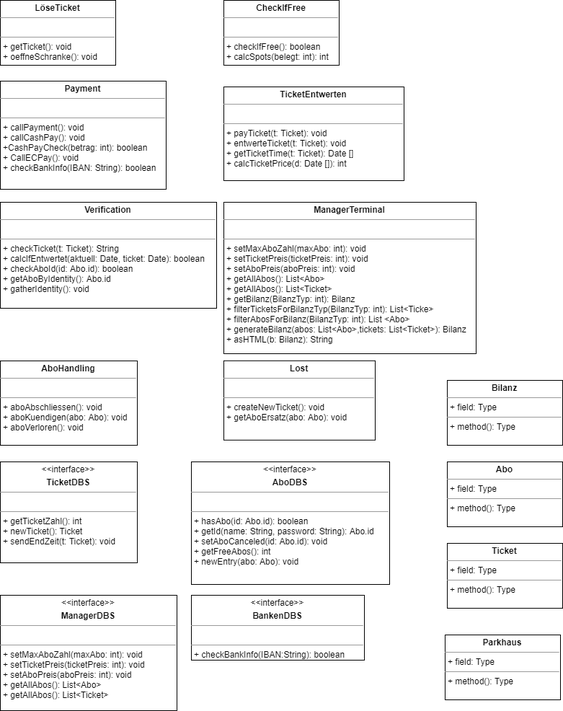
Before: modelling/Class_Diagramm/PNG-KlassenDiagramm.png, a diagram exported from draw.io (Filsball/LaHMa_Carpark). Source tidied: cells renumbered, new cells last; positions are measured from the earlier drawing's top-left corner, leaving out a move shared by most shapes.
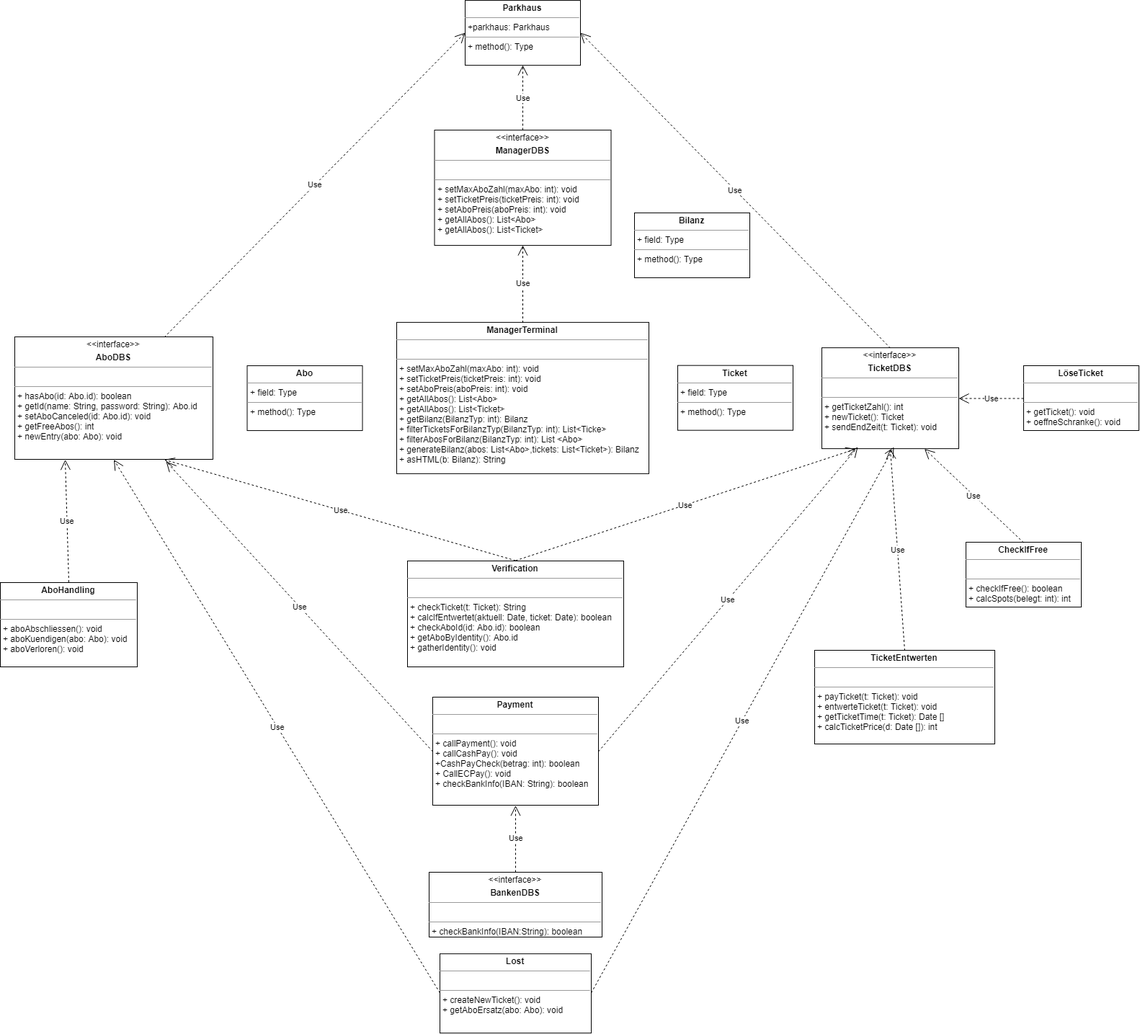
After the change.

What changed in the source:
```diff
@@ -3,52 +3,103 @@
     <mxCell id="0" />
     <mxCell id="1" parent="0" />
     <mxCell id="2" value="&lt;p style=&quot;margin: 0px ; margin-top: 4px ; text-align: center&quot;&gt;&lt;b&gt;LöseTicket&lt;/b&gt;&lt;/p&gt;&lt;hr size=&quot;1&quot;&gt;&lt;p style=&quot;margin: 0px ; margin-left: 4px&quot;&gt;&lt;br&gt;&lt;/p&gt;&lt;hr size=&quot;1&quot;&gt;&lt;p style=&quot;margin: 0px ; margin-left: 4px&quot;&gt;+ getTicket(): void&lt;/p&gt;&lt;p style=&quot;margin: 0px ; margin-left: 4px&quot;&gt;+ oeffneSchranke(): void&lt;/p&gt;" style="verticalAlign=top;align=left;overflow=fill;fontSize=12;fontFamily=Helvetica;html=1;" parent="1" vertex="1">
-      <mxGeometry width="160" height="90" as="geometry" />
+      <mxGeometry x="590" y="37" width="160" height="90" as="geometry" />
     </mxCell>
     <mxCell id="3" value="&lt;p style=&quot;margin: 0px ; margin-top: 4px ; text-align: center&quot;&gt;&lt;b&gt;CheckIfFree&lt;/b&gt;&lt;/p&gt;&lt;hr size=&quot;1&quot;&gt;&lt;p style=&quot;margin: 0px ; margin-left: 4px&quot;&gt;&lt;br&gt;&lt;/p&gt;&lt;hr size=&quot;1&quot;&gt;&lt;p style=&quot;margin: 0px ; margin-left: 4px&quot;&gt;+ checkIfFree(): boolean&amp;nbsp;&lt;/p&gt;&lt;p style=&quot;margin: 0px ; margin-left: 4px&quot;&gt;+ calcSpots(belegt: int): int&amp;nbsp;&lt;/p&gt;&lt;p style=&quot;margin: 0px ; margin-left: 4px&quot;&gt;&lt;br&gt;&lt;/p&gt;" style="verticalAlign=top;align=left;overflow=fill;fontSize=12;fontFamily=Helvetica;html=1;" parent="1" vertex="1">
-      <mxGeometry x="310" width="160" height="90" as="geometry" />
+      <mxGeometry x="510" y="282" width="160" height="90" as="geometry" />
     </mxCell>
     <mxCell id="4" value="&lt;p style=&quot;margin: 0px ; margin-top: 4px ; text-align: center&quot;&gt;&lt;b&gt;Payment&lt;/b&gt;&lt;/p&gt;&lt;hr size=&quot;1&quot;&gt;&lt;p style=&quot;margin: 0px ; margin-left: 4px&quot;&gt;&lt;br&gt;&lt;/p&gt;&lt;hr size=&quot;1&quot;&gt;&lt;p style=&quot;margin: 0px ; margin-left: 4px&quot;&gt;+ callPayment(): void&lt;/p&gt;&lt;p style=&quot;margin: 0px ; margin-left: 4px&quot;&gt;+ callCashPay(): void&lt;/p&gt;&lt;p style=&quot;margin: 0px ; margin-left: 4px&quot;&gt;+CashPayCheck(betrag: int): boolean&amp;nbsp;&lt;/p&gt;&lt;p style=&quot;margin: 0px ; margin-left: 4px&quot;&gt;+ CallECPay(): void&lt;/p&gt;&lt;p style=&quot;margin: 0px ; margin-left: 4px&quot;&gt;+ checkBankInfo(IBAN: String): boolean&amp;nbsp;&lt;/p&gt;&lt;p style=&quot;margin: 0px ; margin-left: 4px&quot;&gt;&lt;br&gt;&lt;/p&gt;" style="verticalAlign=top;align=left;overflow=fill;fontSize=12;fontFamily=Helvetica;html=1;" parent="1" vertex="1">
-      <mxGeometry y="112" width="230" height="150" as="geometry" />
+      <mxGeometry x="-230" y="497" width="230" height="150" as="geometry" />
     </mxCell>
     <mxCell id="5" value="&lt;p style=&quot;margin: 0px ; margin-top: 4px ; text-align: center&quot;&gt;&lt;b&gt;Verification&lt;/b&gt;&lt;/p&gt;&lt;hr size=&quot;1&quot;&gt;&lt;p style=&quot;margin: 0px ; margin-left: 4px&quot;&gt;&lt;br&gt;&lt;/p&gt;&lt;hr size=&quot;1&quot;&gt;&lt;p style=&quot;margin: 0px ; margin-left: 4px&quot;&gt;+ checkTicket(t: Ticket): String&amp;nbsp;&lt;/p&gt;&lt;p style=&quot;margin: 0px ; margin-left: 4px&quot;&gt;+ calcIfEntwertet(aktuell: Date, ticket: Date): boolean&lt;/p&gt;&lt;p style=&quot;margin: 0px ; margin-left: 4px&quot;&gt;+ checkAboId(id: Abo.id): boolean&lt;/p&gt;&lt;p style=&quot;margin: 0px ; margin-left: 4px&quot;&gt;+ getAboByIdentity(): Abo.id&amp;nbsp;&lt;/p&gt;&lt;p style=&quot;margin: 0px ; margin-left: 4px&quot;&gt;+ gatherIdentity(): void&lt;/p&gt;" style="verticalAlign=top;align=left;overflow=fill;fontSize=12;fontFamily=Helvetica;html=1;" parent="1" vertex="1">
-      <mxGeometry y="280" width="300" height="147" as="geometry" />
+      <mxGeometry x="-265" y="308" width="300" height="147" as="geometry" />
     </mxCell>
     <mxCell id="6" value="&lt;p style=&quot;margin: 0px ; margin-top: 4px ; text-align: center&quot;&gt;&lt;b&gt;AboHandling&lt;/b&gt;&lt;/p&gt;&lt;hr size=&quot;1&quot;&gt;&lt;p style=&quot;margin: 0px ; margin-left: 4px&quot;&gt;&lt;br&gt;&lt;/p&gt;&lt;hr size=&quot;1&quot;&gt;&lt;p style=&quot;margin: 0px ; margin-left: 4px&quot;&gt;+ aboAbschliessen(): void&lt;/p&gt;&lt;p style=&quot;margin: 0px ; margin-left: 4px&quot;&gt;+ aboKuendigen(abo: Abo): void&lt;/p&gt;&lt;p style=&quot;margin: 0px ; margin-left: 4px&quot;&gt;+ aboVerloren(): void&lt;/p&gt;&lt;p style=&quot;margin: 0px ; margin-left: 4px&quot;&gt;&lt;br&gt;&lt;/p&gt;" style="verticalAlign=top;align=left;overflow=fill;fontSize=12;fontFamily=Helvetica;html=1;" parent="1" vertex="1">
-      <mxGeometry y="500" width="190" height="117" as="geometry" />
+      <mxGeometry x="-830" y="338" width="190" height="117" as="geometry" />
     </mxCell>
     <mxCell id="7" value="&lt;p style=&quot;margin: 0px ; margin-top: 4px ; text-align: center&quot;&gt;&lt;b&gt;TicketEntwerten&lt;/b&gt;&lt;/p&gt;&lt;hr size=&quot;1&quot;&gt;&lt;p style=&quot;margin: 0px ; margin-left: 4px&quot;&gt;&lt;br&gt;&lt;/p&gt;&lt;hr size=&quot;1&quot;&gt;&lt;p style=&quot;margin: 0px ; margin-left: 4px&quot;&gt;+ payTicket(t: Ticket): void&lt;/p&gt;&lt;p style=&quot;margin: 0px ; margin-left: 4px&quot;&gt;+ entwerteTicket(t: Ticket): void&lt;/p&gt;&lt;p style=&quot;margin: 0px ; margin-left: 4px&quot;&gt;+ getTicketTime(t: Ticket): Date []&lt;/p&gt;&lt;p style=&quot;margin: 0px ; margin-left: 4px&quot;&gt;+ calcTicketPrice(d: Date []): int&lt;/p&gt;" style="verticalAlign=top;align=left;overflow=fill;fontSize=12;fontFamily=Helvetica;html=1;" parent="1" vertex="1">
-      <mxGeometry x="310" y="120" width="250" height="130" as="geometry" />
+      <mxGeometry x="300" y="432" width="250" height="130" as="geometry" />
     </mxCell>
     <mxCell id="8" value="&lt;p style=&quot;margin: 0px ; margin-top: 4px ; text-align: center&quot;&gt;&lt;b&gt;ManagerTerminal&lt;/b&gt;&lt;/p&gt;&lt;hr size=&quot;1&quot;&gt;&lt;p style=&quot;margin: 0px ; margin-left: 4px&quot;&gt;&lt;br&gt;&lt;/p&gt;&lt;hr size=&quot;1&quot;&gt;&lt;p style=&quot;margin: 0px ; margin-left: 4px&quot;&gt;+ setMaxAboZahl(maxAbo: int): void&lt;/p&gt;&lt;p style=&quot;margin: 0px ; margin-left: 4px&quot;&gt;+ setTicketPreis(ticketPreis: int): void&lt;/p&gt;&lt;p style=&quot;margin: 0px ; margin-left: 4px&quot;&gt;&lt;span&gt;+ setAboPreis(aboPreis: int): void&lt;/span&gt;&lt;/p&gt;&lt;p style=&quot;margin: 0px ; margin-left: 4px&quot;&gt;&lt;span&gt;+ getAllAbos(): List&amp;lt;Abo&amp;gt;&lt;/span&gt;&lt;/p&gt;&lt;p style=&quot;margin: 0px ; margin-left: 4px&quot;&gt;&lt;span&gt;+ getAllAbos(): List&amp;lt;Ticket&amp;gt;&lt;/span&gt;&lt;/p&gt;&lt;p style=&quot;margin: 0px ; margin-left: 4px&quot;&gt;&lt;span&gt;+ getBilanz(BilanzTyp: int): Bilanz&lt;/span&gt;&lt;/p&gt;&lt;p style=&quot;margin: 0px ; margin-left: 4px&quot;&gt;&lt;span&gt;+ filterTicketsForBilanzTyp(BilanzTyp: int): List&amp;lt;Ticke&amp;gt;&lt;/span&gt;&lt;/p&gt;&lt;p style=&quot;margin: 0px ; margin-left: 4px&quot;&gt;&lt;span&gt;+ filterAbosForBilanz(BilanzTyp: int): List &amp;lt;Abo&amp;gt;&lt;/span&gt;&lt;/p&gt;&lt;p style=&quot;margin: 0px ; margin-left: 4px&quot;&gt;&lt;span&gt;+ generateBilanz(abos: List&amp;lt;Abo&amp;gt;,tickets: List&amp;lt;Ticket&amp;gt;): Bilanz&lt;/span&gt;&lt;/p&gt;&lt;p style=&quot;margin: 0px ; margin-left: 4px&quot;&gt;&lt;span&gt;+ asHTML(b: Bilanz): String&lt;/span&gt;&lt;/p&gt;&lt;p&gt;&lt;br&gt;&lt;/p&gt;" style="verticalAlign=top;align=left;overflow=fill;fontSize=12;fontFamily=Helvetica;html=1;" parent="1" vertex="1">
-      <mxGeometry x="310" y="280" width="350" height="210" as="geometry" />
+      <mxGeometry x="-280" y="-23.1" width="350" height="210" as="geometry" />
     </mxCell>
     <mxCell id="9" value="&lt;p style=&quot;margin: 0px ; margin-top: 4px ; text-align: center&quot;&gt;&lt;b&gt;Lost&lt;/b&gt;&lt;/p&gt;&lt;hr size=&quot;1&quot;&gt;&lt;p style=&quot;margin: 0px ; margin-left: 4px&quot;&gt;&lt;br&gt;&lt;/p&gt;&lt;hr size=&quot;1&quot;&gt;&lt;p style=&quot;margin: 0px ; margin-left: 4px&quot;&gt;+ createNewTicket(): void&lt;/p&gt;&lt;p style=&quot;margin: 0px ; margin-left: 4px&quot;&gt;+ getAboErsatz(abo: Abo): void&lt;/p&gt;" style="verticalAlign=top;align=left;overflow=fill;fontSize=12;fontFamily=Helvetica;html=1;" parent="1" vertex="1">
-      <mxGeometry x="310" y="499.8" width="210" height="110" as="geometry" />
+      <mxGeometry x="-220" y="853.2" width="210" height="110" as="geometry" />
     </mxCell>
     <mxCell id="10" value="&lt;p style=&quot;margin: 0px ; margin-top: 4px ; text-align: center&quot;&gt;&amp;lt;&amp;lt;interface&amp;gt;&amp;gt;&lt;/p&gt;&lt;p style=&quot;margin: 0px ; margin-top: 4px ; text-align: center&quot;&gt;&lt;b&gt;TicketDBS&lt;/b&gt;&lt;/p&gt;&lt;hr size=&quot;1&quot;&gt;&lt;p style=&quot;margin: 0px ; margin-left: 4px&quot;&gt;&lt;br&gt;&lt;/p&gt;&lt;hr size=&quot;1&quot;&gt;&lt;p style=&quot;margin: 0px ; margin-left: 4px&quot;&gt;+ getTicketZahl(): int&lt;/p&gt;&lt;p style=&quot;margin: 0px ; margin-left: 4px&quot;&gt;+ newTicket(): Ticket&lt;/p&gt;&lt;p style=&quot;margin: 0px ; margin-left: 4px&quot;&gt;+ sendEndZeit(t: Ticket): void&lt;/p&gt;&lt;p style=&quot;margin: 0px ; margin-left: 4px&quot;&gt;&lt;br&gt;&lt;/p&gt;" style="verticalAlign=top;align=left;overflow=fill;fontSize=12;fontFamily=Helvetica;html=1;" parent="1" vertex="1">
-      <mxGeometry y="640" width="190" height="140" as="geometry" />
+      <mxGeometry x="310" y="12.1" width="190" height="140" as="geometry" />
     </mxCell>
     <mxCell id="11" value="&lt;p style=&quot;margin: 0px ; margin-top: 4px ; text-align: center&quot;&gt;&amp;lt;&amp;lt;interface&amp;gt;&amp;gt;&lt;/p&gt;&lt;p style=&quot;margin: 0px ; margin-top: 4px ; text-align: center&quot;&gt;&lt;b&gt;AboDBS&lt;/b&gt;&lt;/p&gt;&lt;hr size=&quot;1&quot;&gt;&lt;p style=&quot;margin: 0px ; margin-left: 4px&quot;&gt;&lt;br&gt;&lt;/p&gt;&lt;hr size=&quot;1&quot;&gt;&lt;p style=&quot;margin: 0px ; margin-left: 4px&quot;&gt;+ hasAbo(id: Abo.id): boolean&lt;/p&gt;&lt;p style=&quot;margin: 0px ; margin-left: 4px&quot;&gt;+ getId(name: String, password: String): Abo.id&lt;/p&gt;&lt;p style=&quot;margin: 0px ; margin-left: 4px&quot;&gt;+ setAboCanceled(id: Abo.id): void&lt;/p&gt;&lt;p style=&quot;margin: 0px ; margin-left: 4px&quot;&gt;+ getFreeAbos(): int&lt;/p&gt;&lt;p style=&quot;margin: 0px ; margin-left: 4px&quot;&gt;+ newEntry(abo: Abo): void&lt;/p&gt;" style="verticalAlign=top;align=left;overflow=fill;fontSize=12;fontFamily=Helvetica;html=1;" parent="1" vertex="1">
-      <mxGeometry x="265" y="640" width="275" height="170" as="geometry" />
+      <mxGeometry x="-810" y="-3" width="275" height="170" as="geometry" />
     </mxCell>
     <mxCell id="12" value="&lt;p style=&quot;margin: 0px ; margin-top: 4px ; text-align: center&quot;&gt;&amp;lt;&amp;lt;interface&amp;gt;&amp;gt;&lt;/p&gt;&lt;p style=&quot;margin: 0px ; margin-top: 4px ; text-align: center&quot;&gt;&lt;b&gt;ManagerDBS&lt;/b&gt;&lt;/p&gt;&lt;hr size=&quot;1&quot;&gt;&lt;p style=&quot;margin: 0px ; margin-left: 4px&quot;&gt;&lt;br&gt;&lt;/p&gt;&lt;hr size=&quot;1&quot;&gt;&lt;p style=&quot;margin: 0px ; margin-left: 4px&quot;&gt;+ setMaxAboZahl(maxAbo: int): void&lt;/p&gt;&lt;p style=&quot;margin: 0px ; margin-left: 4px&quot;&gt;+ setTicketPreis(ticketPreis: int): void&lt;/p&gt;&lt;p style=&quot;margin: 0px ; margin-left: 4px&quot;&gt;+ setAboPreis(aboPreis: int): void&lt;/p&gt;&lt;p style=&quot;margin: 0px ; margin-left: 4px&quot;&gt;+ getAllAbos(): List&amp;lt;Abo&amp;gt;&lt;/p&gt;&lt;p style=&quot;margin: 0px ; margin-left: 4px&quot;&gt;+ getAllAbos(): List&amp;lt;Ticket&amp;gt;&lt;/p&gt;&lt;p style=&quot;margin: 0px ; margin-left: 4px&quot;&gt;&lt;br&gt;&lt;/p&gt;" style="verticalAlign=top;align=left;overflow=fill;fontSize=12;fontFamily=Helvetica;html=1;" parent="1" vertex="1">
-      <mxGeometry y="825" width="245" height="160" as="geometry" />
+      <mxGeometry x="-227.5" y="-289.9" width="245" height="160" as="geometry" />
     </mxCell>
     <mxCell id="13" value="&lt;p style=&quot;margin: 0px ; margin-top: 4px ; text-align: center&quot;&gt;&amp;lt;&amp;lt;interface&amp;gt;&amp;gt;&lt;/p&gt;&lt;p style=&quot;margin: 0px ; margin-top: 4px ; text-align: center&quot;&gt;&lt;b&gt;BankenDBS&lt;/b&gt;&lt;/p&gt;&lt;hr size=&quot;1&quot;&gt;&lt;p style=&quot;margin: 0px ; margin-left: 4px&quot;&gt;&lt;br&gt;&lt;/p&gt;&lt;hr size=&quot;1&quot;&gt;&lt;p style=&quot;margin: 0px ; margin-left: 4px&quot;&gt;+ checkBankInfo(IBAN:String): boolean&lt;/p&gt;" style="verticalAlign=top;align=left;overflow=fill;fontSize=12;fontFamily=Helvetica;html=1;" parent="1" vertex="1">
-      <mxGeometry x="265" y="825" width="240" height="90" as="geometry" />
+      <mxGeometry x="-235" y="740" width="240" height="90" as="geometry" />
     </mxCell>
     <mxCell id="14" value="&lt;p style=&quot;margin: 0px ; margin-top: 4px ; text-align: center&quot;&gt;&lt;b&gt;Bilanz&lt;/b&gt;&lt;/p&gt;&lt;hr size=&quot;1&quot;&gt;&lt;p style=&quot;margin: 0px ; margin-left: 4px&quot;&gt;+ field: Type&lt;/p&gt;&lt;hr size=&quot;1&quot;&gt;&lt;p style=&quot;margin: 0px ; margin-left: 4px&quot;&gt;+ method(): Type&lt;/p&gt;" style="verticalAlign=top;align=left;overflow=fill;fontSize=12;fontFamily=Helvetica;html=1;" parent="1" vertex="1">
-      <mxGeometry x="620" y="527" width="160" height="90" as="geometry" />
+      <mxGeometry x="50" y="-175.1" width="160" height="90" as="geometry" />
     </mxCell>
     <mxCell id="15" value="&lt;p style=&quot;margin: 0px ; margin-top: 4px ; text-align: center&quot;&gt;&lt;b&gt;Abo&lt;/b&gt;&lt;/p&gt;&lt;hr size=&quot;1&quot;&gt;&lt;p style=&quot;margin: 0px ; margin-left: 4px&quot;&gt;+ field: Type&lt;/p&gt;&lt;hr size=&quot;1&quot;&gt;&lt;p style=&quot;margin: 0px ; margin-left: 4px&quot;&gt;+ method(): Type&lt;/p&gt;" style="verticalAlign=top;align=left;overflow=fill;fontSize=12;fontFamily=Helvetica;html=1;" parent="1" vertex="1">
-      <mxGeometry x="620" y="640" width="160" height="90" as="geometry" />
+      <mxGeometry x="-487.5" y="37.1" width="160" height="90" as="geometry" />
     </mxCell>
     <mxCell id="16" value="&lt;p style=&quot;margin: 0px ; margin-top: 4px ; text-align: center&quot;&gt;&lt;b&gt;Ticket&lt;/b&gt;&lt;/p&gt;&lt;hr size=&quot;1&quot;&gt;&lt;p style=&quot;margin: 0px ; margin-left: 4px&quot;&gt;+ field: Type&lt;/p&gt;&lt;hr size=&quot;1&quot;&gt;&lt;p style=&quot;margin: 0px ; margin-left: 4px&quot;&gt;+ method(): Type&lt;/p&gt;" style="verticalAlign=top;align=left;overflow=fill;fontSize=12;fontFamily=Helvetica;html=1;" parent="1" vertex="1">
-      <mxGeometry x="620" y="753" width="160" height="90" as="geometry" />
+      <mxGeometry x="110" y="36.7" width="160" height="90" as="geometry" />
     </mxCell>
-    <mxCell id="17" value="&lt;p style=&quot;margin: 0px ; margin-top: 4px ; text-align: center&quot;&gt;&lt;b&gt;Parkhaus&lt;/b&gt;&lt;/p&gt;&lt;hr size=&quot;1&quot;&gt;&lt;p style=&quot;margin: 0px ; margin-left: 4px&quot;&gt;+ field: Type&lt;/p&gt;&lt;hr size=&quot;1&quot;&gt;&lt;p style=&quot;margin: 0px ; margin-left: 4px&quot;&gt;+ method(): Type&lt;/p&gt;" style="verticalAlign=top;align=left;overflow=fill;fontSize=12;fontFamily=Helvetica;html=1;" parent="1" vertex="1">
-      <mxGeometry x="617" y="880" width="160" height="90" as="geometry" />
+    <mxCell id="17" value="&lt;p style=&quot;margin: 0px ; margin-top: 4px ; text-align: center&quot;&gt;&lt;b&gt;Parkhaus&lt;/b&gt;&lt;/p&gt;&lt;hr size=&quot;1&quot;&gt;&lt;p style=&quot;margin: 0px ; margin-left: 4px&quot;&gt;+parkhaus: Parkhaus&lt;/p&gt;&lt;hr size=&quot;1&quot;&gt;&lt;p style=&quot;margin: 0px ; margin-left: 4px&quot;&gt;+ method(): Type&lt;/p&gt;" style="verticalAlign=top;align=left;overflow=fill;fontSize=12;fontFamily=Helvetica;html=1;" parent="1" vertex="1">
+      <mxGeometry x="-185" y="-469.9" width="160" height="90" as="geometry" />
     </mxCell>
+    <mxCell id="18" value="Use" style="endArrow=open;endSize=12;dashed=1;html=1;exitX=0.5;exitY=0;exitDx=0;exitDy=0;entryX=0.25;entryY=1;entryDx=0;entryDy=0;" parent="1" edge="1" source="6" target="11">
+      <mxGeometry relative="1" as="geometry" />
+    </mxCell>
+    <mxCell id="19" value="Use" style="endArrow=open;endSize=12;dashed=1;html=1;entryX=0.75;entryY=1;entryDx=0;entryDy=0;exitX=0.5;exitY=0;exitDx=0;exitDy=0;" parent="1" edge="1" source="5" target="11">
+      <mxGeometry relative="1" as="geometry" />
+    </mxCell>
+    <mxCell id="20" value="Use" style="endArrow=open;endSize=12;dashed=1;html=1;exitX=0.5;exitY=0;exitDx=0;exitDy=0;entryX=0.5;entryY=1;entryDx=0;entryDy=0;" parent="1" edge="1" source="7" target="10">
+      <mxGeometry relative="1" as="geometry" />
+    </mxCell>
+    <mxCell id="21" value="Use" style="endArrow=open;endSize=12;dashed=1;html=1;exitX=0.5;exitY=0;exitDx=0;exitDy=0;entryX=0.25;entryY=1;entryDx=0;entryDy=0;" parent="1" edge="1" source="5" target="10">
+      <mxGeometry relative="1" as="geometry" />
+    </mxCell>
+    <mxCell id="22" value="Use" style="endArrow=open;endSize=12;dashed=1;html=1;entryX=1;entryY=0.5;entryDx=0;entryDy=0;exitX=0;exitY=0.5;exitDx=0;exitDy=0;" parent="1" edge="1" source="2" target="10">
+      <mxGeometry relative="1" as="geometry" />
+    </mxCell>
+    <mxCell id="23" value="Use" style="endArrow=open;endSize=12;dashed=1;html=1;exitX=0.5;exitY=0;exitDx=0;exitDy=0;entryX=0.75;entryY=1;entryDx=0;entryDy=0;" parent="1" edge="1" source="3" target="10">
+      <mxGeometry relative="1" as="geometry" />
+    </mxCell>
+    <mxCell id="24" value="Use" style="endArrow=open;endSize=12;dashed=1;html=1;exitX=0.5;exitY=0;exitDx=0;exitDy=0;entryX=0.5;entryY=1;entryDx=0;entryDy=0;" parent="1" edge="1" source="8" target="12">
+      <mxGeometry relative="1" as="geometry" />
+    </mxCell>
+    <mxCell id="25" value="Use" style="endArrow=open;endSize=12;dashed=1;html=1;exitX=1;exitY=0.5;exitDx=0;exitDy=0;" parent="1" edge="1" source="4">
+      <mxGeometry relative="1" as="geometry">
+        <mxPoint x="360" y="150" as="targetPoint" />
+      </mxGeometry>
+    </mxCell>
+    <mxCell id="26" value="Use" style="endArrow=open;endSize=12;dashed=1;html=1;exitX=0;exitY=0.5;exitDx=0;exitDy=0;" parent="1" edge="1" source="4">
+      <mxGeometry relative="1" as="geometry">
+        <mxPoint x="-600" y="170" as="targetPoint" />
+      </mxGeometry>
+    </mxCell>
+    <mxCell id="27" value="Use" style="endArrow=open;endSize=12;dashed=1;html=1;exitX=1;exitY=0.5;exitDx=0;exitDy=0;" parent="1" edge="1" source="9">
+      <mxGeometry relative="1" as="geometry">
+        <mxPoint x="410" y="150" as="targetPoint" />
+      </mxGeometry>
+    </mxCell>
+    <mxCell id="28" value="Use" style="endArrow=open;endSize=12;dashed=1;html=1;entryX=0.5;entryY=1;entryDx=0;entryDy=0;exitX=0;exitY=0.5;exitDx=0;exitDy=0;" parent="1" edge="1" source="9" target="11">
+      <mxGeometry relative="1" as="geometry" />
+    </mxCell>
+    <mxCell id="29" value="Use" style="endArrow=open;endSize=12;dashed=1;html=1;entryX=0.5;entryY=1;entryDx=0;entryDy=0;exitX=0.5;exitY=0;exitDx=0;exitDy=0;" parent="1" edge="1" source="13" target="4">
+      <mxGeometry relative="1" as="geometry" />
+    </mxCell>
+    <mxCell id="30" value="Use" style="endArrow=open;endSize=12;dashed=1;html=1;entryX=0;entryY=0.5;entryDx=0;entryDy=0;exitX=0.75;exitY=0;exitDx=0;exitDy=0;" parent="1" edge="1" source="11" target="17">
+      <mxGeometry relative="1" as="geometry" />
+    </mxCell>
+    <mxCell id="31" value="Use" style="endArrow=open;endSize=12;dashed=1;html=1;entryX=1;entryY=0.5;entryDx=0;entryDy=0;exitX=0.5;exitY=0;exitDx=0;exitDy=0;" parent="1" edge="1" source="10" target="17">
+      <mxGeometry relative="1" as="geometry" />
+    </mxCell>
+    <mxCell id="32" value="Use" style="endArrow=open;endSize=12;dashed=1;html=1;entryX=0.5;entryY=1;entryDx=0;entryDy=0;exitX=0.5;exitY=0;exitDx=0;exitDy=0;" parent="1" edge="1" source="12" target="17">
+      <mxGeometry relative="1" as="geometry" />
+    </mxCell>
   </root>
 </mxGraphModel>
```
